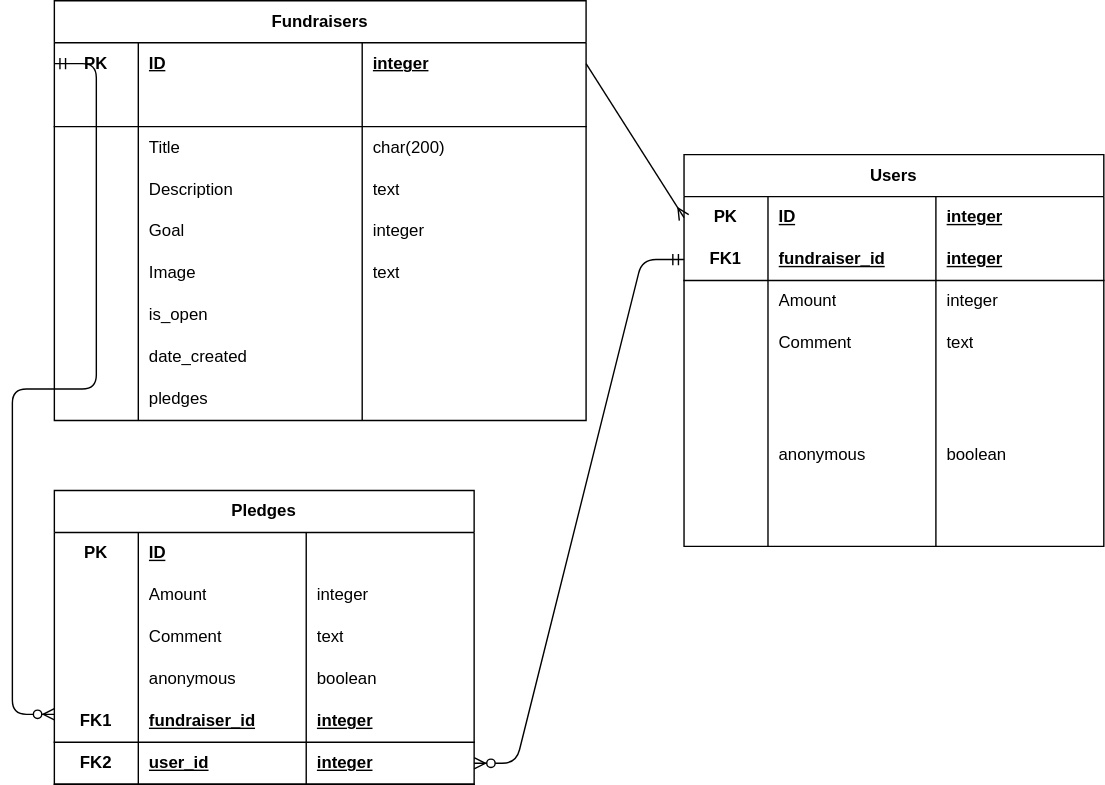
Above: database.drawio.svg in trangvo24267/crowdfunding_backend (draw.io), before the change. Source tidied: cells renumbered, new cells last; positions are measured from the earlier drawing's top-left corner, leaving out a move shared by most shapes.
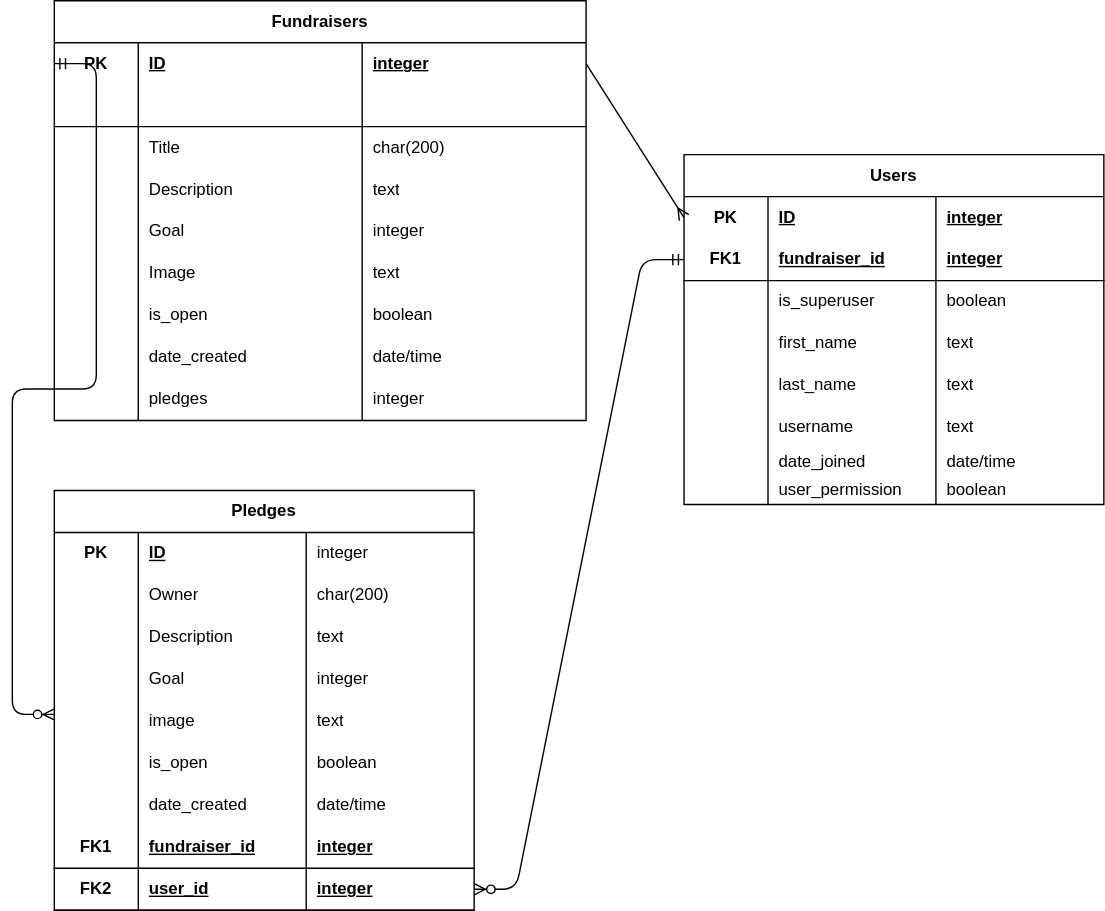
After the commit.

What changed in the source:
```diff
@@ -86,7 +86,7 @@
     <mxCell id="29" value="is_open" style="shape=partialRectangle;fillColor=none;top=0;left=0;bottom=0;right=0;align=left;spacingLeft=6;overflow=hidden;html=1;whiteSpace=wrap;" parent="27" vertex="1">
       <mxGeometry x="60" width="160" height="30" as="geometry" />
     </mxCell>
-    <mxCell id="30" style="shape=partialRectangle;fillColor=none;top=0;left=0;bottom=0;right=0;align=left;spacingLeft=6;overflow=hidden;html=1;whiteSpace=wrap;" parent="27" vertex="1">
+    <mxCell id="30" value="boolean" style="shape=partialRectangle;fillColor=none;top=0;left=0;bottom=0;right=0;align=left;spacingLeft=6;overflow=hidden;html=1;whiteSpace=wrap;" parent="27" vertex="1">
       <mxGeometry x="220" width="160" height="30" as="geometry" />
     </mxCell>
     <mxCell id="31" style="shape=tableRow;horizontal=0;startSize=0;swimlaneHead=0;swimlaneBody=0;fillColor=none;top=0;left=0;right=0;bottom=0;html=1;" parent="2" vertex="1">
@@ -98,7 +98,7 @@
     <mxCell id="33" value="date_created" style="shape=partialRectangle;fillColor=none;top=0;left=0;bottom=0;right=0;align=left;spacingLeft=6;overflow=hidden;html=1;whiteSpace=wrap;" parent="31" vertex="1">
       <mxGeometry x="60" width="160" height="30" as="geometry" />
     </mxCell>
-    <mxCell id="34" style="shape=partialRectangle;fillColor=none;top=0;left=0;bottom=0;right=0;align=left;spacingLeft=6;overflow=hidden;html=1;whiteSpace=wrap;" parent="31" vertex="1">
+    <mxCell id="34" value="date/time" style="shape=partialRectangle;fillColor=none;top=0;left=0;bottom=0;right=0;align=left;spacingLeft=6;overflow=hidden;html=1;whiteSpace=wrap;" parent="31" vertex="1">
       <mxGeometry x="220" width="160" height="30" as="geometry" />
     </mxCell>
     <mxCell id="35" style="shape=tableRow;horizontal=0;startSize=0;swimlaneHead=0;swimlaneBody=0;fillColor=none;top=0;left=0;right=0;bottom=0;html=1;" parent="2" vertex="1">
@@ -110,11 +110,11 @@
     <mxCell id="37" value="pledges" style="shape=partialRectangle;fillColor=none;top=0;left=0;bottom=0;right=0;align=left;spacingLeft=6;overflow=hidden;html=1;whiteSpace=wrap;" parent="35" vertex="1">
       <mxGeometry x="60" width="160" height="30" as="geometry" />
     </mxCell>
-    <mxCell id="38" style="shape=partialRectangle;fillColor=none;top=0;left=0;bottom=0;right=0;align=left;spacingLeft=6;overflow=hidden;html=1;whiteSpace=wrap;" parent="35" vertex="1">
+    <mxCell id="38" value="integer" style="shape=partialRectangle;fillColor=none;top=0;left=0;bottom=0;right=0;align=left;spacingLeft=6;overflow=hidden;html=1;whiteSpace=wrap;" parent="35" vertex="1">
       <mxGeometry x="220" width="160" height="30" as="geometry" />
     </mxCell>
     <mxCell id="39" value="Users" style="shape=table;startSize=30;rowLines=0;fontStyle=1;align=center;html=1;whiteSpace=wrap;" parent="1" vertex="1">
-      <mxGeometry x="540" y="110" width="300" height="280" as="geometry" />
+      <mxGeometry x="540" y="110" width="300" height="250" as="geometry" />
     </mxCell>
     <mxCell id="40" style="shape=tableRow;horizontal=0;startSize=0;swimlaneHead=0;swimlaneBody=0;fillColor=none;points=[[0,0.5],[1,0.5]];portConstraint=eastwest;top=0;left=0;right=0;bottom=0;html=1;" parent="39" vertex="1">
       <mxGeometry y="30" width="300" height="30" as="geometry" />
@@ -146,10 +146,10 @@
     <mxCell id="49" style="shape=partialRectangle;fillColor=none;top=0;left=0;bottom=0;right=0;overflow=hidden;html=1;whiteSpace=wrap;" parent="48" vertex="1">
       <mxGeometry width="60" height="30" as="geometry" />
     </mxCell>
-    <mxCell id="50" value="Amount" style="shape=partialRectangle;fillColor=none;top=0;left=0;bottom=0;right=0;align=left;spacingLeft=6;overflow=hidden;html=1;whiteSpace=wrap;" parent="48" vertex="1">
+    <mxCell id="50" value="is_superuser" style="shape=partialRectangle;fillColor=none;top=0;left=0;bottom=0;right=0;align=left;spacingLeft=6;overflow=hidden;html=1;whiteSpace=wrap;" parent="48" vertex="1">
       <mxGeometry x="60" width="120" height="30" as="geometry" />
     </mxCell>
-    <mxCell id="51" value="integer" style="shape=partialRectangle;fillColor=none;top=0;left=0;bottom=0;right=0;align=left;spacingLeft=6;overflow=hidden;html=1;whiteSpace=wrap;" parent="48" vertex="1">
+    <mxCell id="51" value="boolean" style="shape=partialRectangle;fillColor=none;top=0;left=0;bottom=0;right=0;align=left;spacingLeft=6;overflow=hidden;html=1;whiteSpace=wrap;" parent="48" vertex="1">
       <mxGeometry x="180" width="120" height="30" as="geometry" />
     </mxCell>
     <mxCell id="52" style="shape=tableRow;horizontal=0;startSize=0;swimlaneHead=0;swimlaneBody=0;fillColor=none;top=0;left=0;right=0;bottom=0;html=1;" parent="39" vertex="1">
@@ -158,29 +158,65 @@
     <mxCell id="53" style="shape=partialRectangle;fillColor=none;top=0;left=0;bottom=0;right=0;overflow=hidden;html=1;whiteSpace=wrap;" parent="52" vertex="1">
       <mxGeometry width="60" height="30" as="geometry" />
     </mxCell>
-    <mxCell id="54" value="Comment" style="shape=partialRectangle;fillColor=none;top=0;left=0;bottom=0;right=0;align=left;spacingLeft=6;overflow=hidden;html=1;whiteSpace=wrap;" parent="52" vertex="1">
+    <mxCell id="54" value="first_name" style="shape=partialRectangle;fillColor=none;top=0;left=0;bottom=0;right=0;align=left;spacingLeft=6;overflow=hidden;html=1;whiteSpace=wrap;" parent="52" vertex="1">
       <mxGeometry x="60" width="120" height="30" as="geometry" />
     </mxCell>
     <mxCell id="55" value="text" style="shape=partialRectangle;fillColor=none;top=0;left=0;bottom=0;right=0;align=left;spacingLeft=6;overflow=hidden;html=1;whiteSpace=wrap;" parent="52" vertex="1">
       <mxGeometry x="180" width="120" height="30" as="geometry" />
     </mxCell>
+    <mxCell id="88" style="shape=tableRow;horizontal=0;startSize=0;swimlaneHead=0;swimlaneBody=0;fillColor=none;top=0;left=0;right=0;bottom=0;html=1;" parent="39" vertex="1">
+      <mxGeometry y="150" width="300" height="30" as="geometry" />
+    </mxCell>
+    <mxCell id="89" style="shape=partialRectangle;fillColor=none;top=0;left=0;bottom=0;right=0;overflow=hidden;html=1;whiteSpace=wrap;" parent="88" vertex="1">
+      <mxGeometry width="60" height="30" as="geometry" />
+    </mxCell>
+    <mxCell id="90" value="last_name" style="shape=partialRectangle;fillColor=none;top=0;left=0;bottom=0;right=0;align=left;spacingLeft=6;overflow=hidden;html=1;whiteSpace=wrap;" parent="88" vertex="1">
+      <mxGeometry x="60" width="120" height="30" as="geometry" />
+    </mxCell>
+    <mxCell id="91" value="text" style="shape=partialRectangle;fillColor=none;top=0;left=0;bottom=0;right=0;align=left;spacingLeft=6;overflow=hidden;html=1;whiteSpace=wrap;" parent="88" vertex="1">
+      <mxGeometry x="180" width="120" height="30" as="geometry" />
+    </mxCell>
+    <mxCell id="92" style="shape=tableRow;horizontal=0;startSize=0;swimlaneHead=0;swimlaneBody=0;fillColor=none;top=0;left=0;right=0;bottom=0;html=1;" parent="39" vertex="1">
+      <mxGeometry y="180" width="300" height="30" as="geometry" />
+    </mxCell>
+    <mxCell id="93" style="shape=partialRectangle;fillColor=none;top=0;left=0;bottom=0;right=0;overflow=hidden;html=1;whiteSpace=wrap;" parent="92" vertex="1">
+      <mxGeometry width="60" height="30" as="geometry" />
+    </mxCell>
+    <mxCell id="94" value="username" style="shape=partialRectangle;fillColor=none;top=0;left=0;bottom=0;right=0;align=left;spacingLeft=6;overflow=hidden;html=1;whiteSpace=wrap;" parent="92" vertex="1">
+      <mxGeometry x="60" width="120" height="30" as="geometry" />
+    </mxCell>
+    <mxCell id="95" value="text" style="shape=partialRectangle;fillColor=none;top=0;left=0;bottom=0;right=0;align=left;spacingLeft=6;overflow=hidden;html=1;whiteSpace=wrap;" parent="92" vertex="1">
+      <mxGeometry x="180" width="120" height="30" as="geometry" />
+    </mxCell>
     <mxCell id="56" style="shape=tableRow;horizontal=0;startSize=0;swimlaneHead=0;swimlaneBody=0;fillColor=none;top=0;left=0;right=0;bottom=0;html=1;" parent="39" vertex="1">
-      <mxGeometry y="150" width="300" height="130" as="geometry" />
+      <mxGeometry y="210" width="300" height="20" as="geometry" />
     </mxCell>
     <mxCell id="57" style="shape=partialRectangle;fillColor=none;top=0;left=0;bottom=0;right=0;overflow=hidden;html=1;whiteSpace=wrap;" parent="56" vertex="1">
-      <mxGeometry width="60" height="130" as="geometry" />
+      <mxGeometry width="60" height="20" as="geometry" />
     </mxCell>
-    <mxCell id="58" value="anonymous" style="shape=partialRectangle;fillColor=none;top=0;left=0;bottom=0;right=0;align=left;spacingLeft=6;overflow=hidden;html=1;whiteSpace=wrap;" parent="56" vertex="1">
-      <mxGeometry x="60" width="120" height="130" as="geometry" />
+    <mxCell id="58" value="date_joined" style="shape=partialRectangle;fillColor=none;top=0;left=0;bottom=0;right=0;align=left;spacingLeft=6;overflow=hidden;html=1;whiteSpace=wrap;" parent="56" vertex="1">
+      <mxGeometry x="60" width="120" height="20" as="geometry" />
     </mxCell>
-    <mxCell id="59" value="boolean" style="shape=partialRectangle;fillColor=none;top=0;left=0;bottom=0;right=0;align=left;spacingLeft=6;overflow=hidden;html=1;whiteSpace=wrap;" parent="56" vertex="1">
-      <mxGeometry x="180" width="120" height="130" as="geometry" />
+    <mxCell id="59" value="date/time" style="shape=partialRectangle;fillColor=none;top=0;left=0;bottom=0;right=0;align=left;spacingLeft=6;overflow=hidden;html=1;whiteSpace=wrap;" parent="56" vertex="1">
+      <mxGeometry x="180" width="120" height="20" as="geometry" />
     </mxCell>
+    <mxCell id="96" style="shape=tableRow;horizontal=0;startSize=0;swimlaneHead=0;swimlaneBody=0;fillColor=none;top=0;left=0;right=0;bottom=0;html=1;" parent="39" vertex="1">
+      <mxGeometry y="230" width="300" height="20" as="geometry" />
+    </mxCell>
+    <mxCell id="97" style="shape=partialRectangle;fillColor=none;top=0;left=0;bottom=0;right=0;overflow=hidden;html=1;whiteSpace=wrap;" parent="96" vertex="1">
+      <mxGeometry width="60" height="20" as="geometry" />
+    </mxCell>
+    <mxCell id="98" value="user_permission" style="shape=partialRectangle;fillColor=none;top=0;left=0;bottom=0;right=0;align=left;spacingLeft=6;overflow=hidden;html=1;whiteSpace=wrap;" parent="96" vertex="1">
+      <mxGeometry x="60" width="120" height="20" as="geometry" />
+    </mxCell>
+    <mxCell id="99" value="boolean" style="shape=partialRectangle;fillColor=none;top=0;left=0;bottom=0;right=0;align=left;spacingLeft=6;overflow=hidden;html=1;whiteSpace=wrap;" parent="96" vertex="1">
+      <mxGeometry x="180" width="120" height="20" as="geometry" />
+    </mxCell>
     <mxCell id="60" style="edgeStyle=none;html=1;exitX=1;exitY=0.5;exitDx=0;exitDy=0;entryX=0;entryY=0.5;entryDx=0;entryDy=0;endArrow=ERmany;endFill=0;startArrow=none;startFill=0;" parent="1" edge="1" source="3" target="40">
       <mxGeometry relative="1" as="geometry" />
     </mxCell>
     <mxCell id="61" value="Pledges" style="shape=table;startSize=30;rowLines=0;fontStyle=1;align=center;html=1;whiteSpace=wrap;" parent="1" vertex="1">
-      <mxGeometry x="90" y="350" width="300" height="210" as="geometry" />
+      <mxGeometry x="90" y="350" width="300" height="300" as="geometry" />
     </mxCell>
     <mxCell id="62" style="shape=tableRow;horizontal=0;startSize=0;swimlaneHead=0;swimlaneBody=0;fillColor=none;top=0;left=0;right=0;bottom=0;html=1;" parent="61" vertex="1">
       <mxGeometry y="30" width="300" height="30" as="geometry" />
@@ -200,38 +236,74 @@
     <mxCell id="67" style="shape=partialRectangle;fillColor=none;top=0;left=0;bottom=0;right=0;overflow=hidden;html=1;whiteSpace=wrap;" parent="66" vertex="1">
       <mxGeometry width="60" height="30" as="geometry" />
     </mxCell>
-    <mxCell id="68" value="Amount" style="shape=partialRectangle;fillColor=none;top=0;left=0;bottom=0;right=0;align=left;spacingLeft=6;overflow=hidden;html=1;whiteSpace=wrap;" parent="66" vertex="1">
+    <mxCell id="68" value="Owner" style="shape=partialRectangle;fillColor=none;top=0;left=0;bottom=0;right=0;align=left;spacingLeft=6;overflow=hidden;html=1;whiteSpace=wrap;" parent="66" vertex="1">
       <mxGeometry x="60" width="120" height="30" as="geometry" />
     </mxCell>
-    <mxCell id="69" value="integer" style="shape=partialRectangle;fillColor=none;top=0;left=0;bottom=0;right=0;align=left;spacingLeft=6;overflow=hidden;html=1;whiteSpace=wrap;" parent="66" vertex="1">
+    <mxCell id="69" value="char(200)" style="shape=partialRectangle;fillColor=none;top=0;left=0;bottom=0;right=0;align=left;spacingLeft=6;overflow=hidden;html=1;whiteSpace=wrap;" parent="66" vertex="1">
       <mxGeometry x="180" width="120" height="30" as="geometry" />
     </mxCell>
+    <mxCell id="100" style="shape=tableRow;horizontal=0;startSize=0;swimlaneHead=0;swimlaneBody=0;fillColor=none;top=0;left=0;right=0;bottom=0;html=1;" parent="61" vertex="1">
+      <mxGeometry y="90" width="300" height="30" as="geometry" />
+    </mxCell>
+    <mxCell id="101" style="shape=partialRectangle;fillColor=none;top=0;left=0;bottom=0;right=0;overflow=hidden;html=1;whiteSpace=wrap;" parent="100" vertex="1">
+      <mxGeometry width="60" height="30" as="geometry" />
+    </mxCell>
+    <mxCell id="102" value="Description" style="shape=partialRectangle;fillColor=none;top=0;left=0;bottom=0;right=0;align=left;spacingLeft=6;overflow=hidden;html=1;whiteSpace=wrap;" parent="100" vertex="1">
+      <mxGeometry x="60" width="120" height="30" as="geometry" />
+    </mxCell>
+    <mxCell id="103" value="text" style="shape=partialRectangle;fillColor=none;top=0;left=0;bottom=0;right=0;align=left;spacingLeft=6;overflow=hidden;html=1;whiteSpace=wrap;" parent="100" vertex="1">
+      <mxGeometry x="180" width="120" height="30" as="geometry" />
+    </mxCell>
+    <mxCell id="104" style="shape=tableRow;horizontal=0;startSize=0;swimlaneHead=0;swimlaneBody=0;fillColor=none;top=0;left=0;right=0;bottom=0;html=1;" parent="61" vertex="1">
+      <mxGeometry y="120" width="300" height="30" as="geometry" />
+    </mxCell>
+    <mxCell id="105" style="shape=partialRectangle;fillColor=none;top=0;left=0;bottom=0;right=0;overflow=hidden;html=1;whiteSpace=wrap;" parent="104" vertex="1">
+      <mxGeometry width="60" height="30" as="geometry" />
+    </mxCell>
+    <mxCell id="106" value="Goal" style="shape=partialRectangle;fillColor=none;top=0;left=0;bottom=0;right=0;align=left;spacingLeft=6;overflow=hidden;html=1;whiteSpace=wrap;" parent="104" vertex="1">
+      <mxGeometry x="60" width="120" height="30" as="geometry" />
+    </mxCell>
+    <mxCell id="107" value="integer" style="shape=partialRectangle;fillColor=none;top=0;left=0;bottom=0;right=0;align=left;spacingLeft=6;overflow=hidden;html=1;whiteSpace=wrap;" parent="104" vertex="1">
+      <mxGeometry x="180" width="120" height="30" as="geometry" />
+    </mxCell>
     <mxCell id="70" style="shape=tableRow;horizontal=0;startSize=0;swimlaneHead=0;swimlaneBody=0;fillColor=none;top=0;left=0;right=0;bottom=0;html=1;" parent="61" vertex="1">
-      <mxGeometry y="90" width="300" height="30" as="geometry" />
+      <mxGeometry y="150" width="300" height="30" as="geometry" />
     </mxCell>
     <mxCell id="71" style="shape=partialRectangle;fillColor=none;top=0;left=0;bottom=0;right=0;overflow=hidden;html=1;whiteSpace=wrap;" parent="70" vertex="1">
       <mxGeometry width="60" height="30" as="geometry" />
     </mxCell>
-    <mxCell id="72" value="Comment" style="shape=partialRectangle;fillColor=none;top=0;left=0;bottom=0;right=0;align=left;spacingLeft=6;overflow=hidden;html=1;whiteSpace=wrap;" parent="70" vertex="1">
+    <mxCell id="72" value="image" style="shape=partialRectangle;fillColor=none;top=0;left=0;bottom=0;right=0;align=left;spacingLeft=6;overflow=hidden;html=1;whiteSpace=wrap;" parent="70" vertex="1">
       <mxGeometry x="60" width="120" height="30" as="geometry" />
     </mxCell>
     <mxCell id="73" value="text" style="shape=partialRectangle;fillColor=none;top=0;left=0;bottom=0;right=0;align=left;spacingLeft=6;overflow=hidden;html=1;whiteSpace=wrap;" parent="70" vertex="1">
       <mxGeometry x="180" width="120" height="30" as="geometry" />
     </mxCell>
+    <mxCell id="108" style="shape=tableRow;horizontal=0;startSize=0;swimlaneHead=0;swimlaneBody=0;fillColor=none;top=0;left=0;right=0;bottom=0;html=1;" parent="61" vertex="1">
+      <mxGeometry y="180" width="300" height="30" as="geometry" />
+    </mxCell>
+    <mxCell id="109" style="shape=partialRectangle;fillColor=none;top=0;left=0;bottom=0;right=0;overflow=hidden;html=1;whiteSpace=wrap;" parent="108" vertex="1">
+      <mxGeometry width="60" height="30" as="geometry" />
+    </mxCell>
+    <mxCell id="110" value="is_open" style="shape=partialRectangle;fillColor=none;top=0;left=0;bottom=0;right=0;align=left;spacingLeft=6;overflow=hidden;html=1;whiteSpace=wrap;" parent="108" vertex="1">
+      <mxGeometry x="60" width="120" height="30" as="geometry" />
+    </mxCell>
+    <mxCell id="111" value="boolean" style="shape=partialRectangle;fillColor=none;top=0;left=0;bottom=0;right=0;align=left;spacingLeft=6;overflow=hidden;html=1;whiteSpace=wrap;" parent="108" vertex="1">
+      <mxGeometry x="180" width="120" height="30" as="geometry" />
+    </mxCell>
     <mxCell id="74" style="shape=tableRow;horizontal=0;startSize=0;swimlaneHead=0;swimlaneBody=0;fillColor=none;top=0;left=0;right=0;bottom=0;html=1;" parent="61" vertex="1">
-      <mxGeometry y="120" width="300" height="30" as="geometry" />
+      <mxGeometry y="210" width="300" height="30" as="geometry" />
     </mxCell>
     <mxCell id="75" style="shape=partialRectangle;fillColor=none;top=0;left=0;bottom=0;right=0;overflow=hidden;html=1;whiteSpace=wrap;" parent="74" vertex="1">
       <mxGeometry width="60" height="30" as="geometry" />
     </mxCell>
-    <mxCell id="76" value="anonymous" style="shape=partialRectangle;fillColor=none;top=0;left=0;bottom=0;right=0;align=left;spacingLeft=6;overflow=hidden;html=1;whiteSpace=wrap;" parent="74" vertex="1">
+    <mxCell id="76" value="date_created" style="shape=partialRectangle;fillColor=none;top=0;left=0;bottom=0;right=0;align=left;spacingLeft=6;overflow=hidden;html=1;whiteSpace=wrap;" parent="74" vertex="1">
       <mxGeometry x="60" width="120" height="30" as="geometry" />
     </mxCell>
-    <mxCell id="77" value="boolean" style="shape=partialRectangle;fillColor=none;top=0;left=0;bottom=0;right=0;align=left;spacingLeft=6;overflow=hidden;html=1;whiteSpace=wrap;" parent="74" vertex="1">
+    <mxCell id="77" value="date/time" style="shape=partialRectangle;fillColor=none;top=0;left=0;bottom=0;right=0;align=left;spacingLeft=6;overflow=hidden;html=1;whiteSpace=wrap;" parent="74" vertex="1">
       <mxGeometry x="180" width="120" height="30" as="geometry" />
     </mxCell>
     <mxCell id="78" style="shape=tableRow;horizontal=0;startSize=0;swimlaneHead=0;swimlaneBody=0;fillColor=none;top=0;left=0;right=0;bottom=1;html=1;" parent="61" vertex="1">
-      <mxGeometry y="150" width="300" height="30" as="geometry" />
+      <mxGeometry y="240" width="300" height="30" as="geometry" />
     </mxCell>
     <mxCell id="79" value="FK1" style="shape=partialRectangle;fillColor=none;top=0;left=0;bottom=0;right=0;fontStyle=1;overflow=hidden;html=1;whiteSpace=wrap;" parent="78" vertex="1">
       <mxGeometry width="60" height="30" as="geometry" />
@@ -243,7 +315,7 @@
       <mxGeometry x="180" width="120" height="30" as="geometry" />
     </mxCell>
     <mxCell id="82" style="shape=tableRow;horizontal=0;startSize=0;swimlaneHead=0;swimlaneBody=0;fillColor=none;points=[[0,0.5],[1,0.5]];portConstraint=eastwest;top=0;left=0;right=0;bottom=1;html=1;" parent="61" vertex="1">
-      <mxGeometry y="180" width="300" height="30" as="geometry" />
+      <mxGeometry y="270" width="300" height="30" as="geometry" />
     </mxCell>
     <mxCell id="83" value="FK2" style="shape=partialRectangle;fillColor=none;top=0;left=0;bottom=0;right=0;fontStyle=1;overflow=hidden;html=1;whiteSpace=wrap;" parent="82" vertex="1">
       <mxGeometry width="60" height="30" as="geometry" />
@@ -274,5 +346,8 @@
         </Array>
       </mxGeometry>
     </mxCell>
+    <mxCell id="112" value="integer" style="shape=partialRectangle;fillColor=none;top=0;left=0;bottom=0;right=0;align=left;spacingLeft=6;overflow=hidden;html=1;whiteSpace=wrap;" parent="1" vertex="1">
+      <mxGeometry x="270" y="380" width="120" height="30" as="geometry" />
+    </mxCell>
   </root>
 </mxGraphModel>
```
